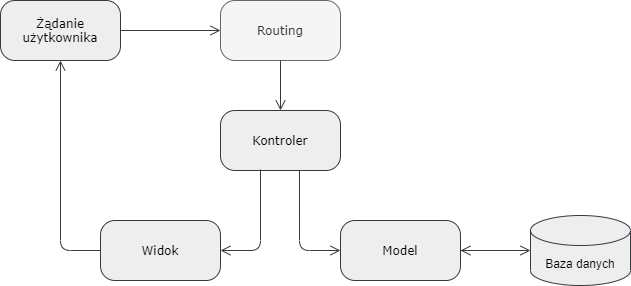
Above: resources/thesis/architektura.png in skwiatkowska/bsc-thesis-app (draw.io), before the change. Source tidied: cells renumbered, new cells last; positions are measured from the earlier drawing's top-left corner, leaving out a move shared by most shapes. Its diagram source:
```xml
<mxGraphModel>
  <root>
    <mxCell id="0" />
    <mxCell id="1" parent="0" />
    <mxCell id="2" value="Widok" style="rounded=1;whiteSpace=wrap;html=1;arcSize=24;fillColor=#eeeeee;strokeColor=#36393d;shadow=0;comic=0;labelBackgroundColor=none;fontFamily=Verdana;fontSize=12;align=center;" parent="1" vertex="1">
      <mxGeometry x="100" y="220" width="120" height="60" as="geometry" />
    </mxCell>
    <mxCell id="3" value="Żądanie użytkownika" style="rounded=1;whiteSpace=wrap;html=1;arcSize=24;fillColor=#eeeeee;strokeColor=#36393d;shadow=0;comic=0;labelBackgroundColor=none;fontFamily=Verdana;fontSize=12;align=center;" parent="1" vertex="1">
      <mxGeometry width="120" height="60" as="geometry" />
    </mxCell>
    <mxCell id="4" style="edgeStyle=orthogonalEdgeStyle;html=1;exitX=0;exitY=0.5;entryX=0.5;entryY=1;labelBackgroundColor=none;endArrow=open;endSize=8;strokeColor=#36393d;fontFamily=Verdana;fontSize=12;align=left;exitDx=0;exitDy=0;entryDx=0;entryDy=0;fillColor=#eeeeee;" parent="1" edge="1" source="2" target="3">
      <mxGeometry relative="1" as="geometry" />
    </mxCell>
    <mxCell id="5" value="Baza danych" style="shape=cylinder3;whiteSpace=wrap;html=1;boundedLbl=1;backgroundOutline=1;size=15;fillColor=#eeeeee;strokeColor=#36393d;" parent="1" vertex="1">
      <mxGeometry x="530" y="215" width="100" height="70" as="geometry" />
    </mxCell>
    <mxCell id="6" value="Kontroler" style="rounded=1;whiteSpace=wrap;html=1;arcSize=24;fillColor=#eeeeee;strokeColor=#36393d;shadow=0;comic=0;labelBackgroundColor=none;fontFamily=Verdana;fontSize=12;align=center;" parent="1" vertex="1">
      <mxGeometry x="220" y="110" width="120" height="60" as="geometry" />
    </mxCell>
    <mxCell id="7" value="Model" style="rounded=1;whiteSpace=wrap;html=1;arcSize=24;fillColor=#eeeeee;strokeColor=#36393d;shadow=0;comic=0;labelBackgroundColor=none;fontFamily=Verdana;fontSize=12;align=center;" parent="1" vertex="1">
      <mxGeometry x="340" y="220" width="120" height="60" as="geometry" />
    </mxCell>
    <mxCell id="8" value="Routing" style="rounded=1;whiteSpace=wrap;html=1;arcSize=24;fillColor=#f5f5f5;strokeColor=#666666;shadow=0;comic=0;labelBackgroundColor=none;fontFamily=Verdana;fontSize=12;align=center;fontColor=#333333;" parent="1" vertex="1">
      <mxGeometry x="220" width="120" height="60" as="geometry" />
    </mxCell>
    <mxCell id="9" style="edgeStyle=orthogonalEdgeStyle;html=1;labelBackgroundColor=none;endArrow=open;endSize=8;strokeColor=#36393d;fontFamily=Verdana;fontSize=12;align=left;exitX=1;exitY=0.5;exitDx=0;exitDy=0;entryX=0;entryY=0.5;entryDx=0;entryDy=0;fillColor=#eeeeee;" parent="1" edge="1" source="3" target="8">
      <mxGeometry relative="1" as="geometry" />
    </mxCell>
    <mxCell id="10" style="edgeStyle=orthogonalEdgeStyle;html=1;labelBackgroundColor=none;endArrow=open;endSize=8;strokeColor=#36393d;fontFamily=Verdana;fontSize=12;align=left;exitX=0.5;exitY=1;exitDx=0;exitDy=0;entryX=0.5;entryY=0;entryDx=0;entryDy=0;fillColor=#eeeeee;" parent="1" edge="1" source="8" target="6">
      <mxGeometry relative="1" as="geometry" />
    </mxCell>
    <mxCell id="11" style="edgeStyle=orthogonalEdgeStyle;html=1;labelBackgroundColor=none;endArrow=open;endSize=8;strokeColor=#36393d;fontFamily=Verdana;fontSize=12;align=left;exitX=0.333;exitY=0.983;exitDx=0;exitDy=0;exitPerimeter=0;entryX=1;entryY=0.5;entryDx=0;entryDy=0;fillColor=#eeeeee;" parent="1" edge="1" source="6" target="2">
      <mxGeometry relative="1" as="geometry" />
    </mxCell>
    <mxCell id="12" style="edgeStyle=orthogonalEdgeStyle;html=1;labelBackgroundColor=none;endArrow=open;endSize=8;strokeColor=#36393d;fontFamily=Verdana;fontSize=12;align=left;exitX=0.658;exitY=1;exitDx=0;exitDy=0;exitPerimeter=0;entryX=0;entryY=0.5;entryDx=0;entryDy=0;fillColor=#eeeeee;" parent="1" edge="1" source="6" target="7">
      <mxGeometry relative="1" as="geometry" />
    </mxCell>
    <mxCell id="13" style="edgeStyle=orthogonalEdgeStyle;html=1;labelBackgroundColor=none;endArrow=open;endSize=8;strokeColor=#36393d;fontFamily=Verdana;fontSize=12;align=left;exitX=1;exitY=0.5;exitDx=0;exitDy=0;fillColor=#eeeeee;entryX=0;entryY=0.5;entryDx=0;entryDy=0;entryPerimeter=0;startArrow=none;startFill=0;targetPerimeterSpacing=8;sourcePerimeterSpacing=6;endFill=0;" parent="1" edge="1" source="7" target="5">
      <mxGeometry relative="1" as="geometry" />
    </mxCell>
    <mxCell id="14" style="edgeStyle=orthogonalEdgeStyle;html=1;labelBackgroundColor=none;endArrow=open;endSize=8;strokeColor=#36393d;fontFamily=Verdana;fontSize=12;align=left;fillColor=#eeeeee;entryX=1;entryY=0.5;entryDx=0;entryDy=0;startArrow=none;startFill=0;targetPerimeterSpacing=8;sourcePerimeterSpacing=6;endFill=0;" parent="1" edge="1" source="5" target="7">
      <mxGeometry relative="1" as="geometry" />
    </mxCell>
  </root>
</mxGraphModel>
```
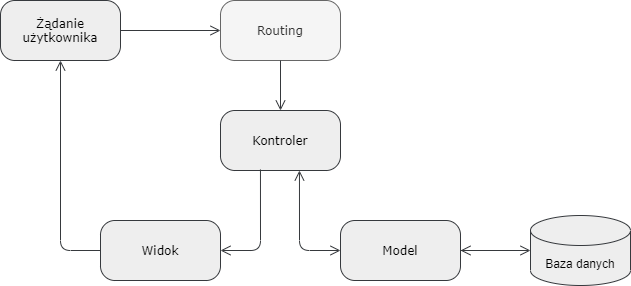
Later version of the same file.

Diff of the diagram source:
```diff
@@ -32,7 +32,7 @@
     <mxCell id="11" style="edgeStyle=orthogonalEdgeStyle;html=1;labelBackgroundColor=none;endArrow=open;endSize=8;strokeColor=#36393d;fontFamily=Verdana;fontSize=12;align=left;exitX=0.333;exitY=0.983;exitDx=0;exitDy=0;exitPerimeter=0;entryX=1;entryY=0.5;entryDx=0;entryDy=0;fillColor=#eeeeee;" parent="1" edge="1" source="6" target="2">
       <mxGeometry relative="1" as="geometry" />
     </mxCell>
-    <mxCell id="12" style="edgeStyle=orthogonalEdgeStyle;html=1;labelBackgroundColor=none;endArrow=open;endSize=8;strokeColor=#36393d;fontFamily=Verdana;fontSize=12;align=left;exitX=0.658;exitY=1;exitDx=0;exitDy=0;exitPerimeter=0;entryX=0;entryY=0.5;entryDx=0;entryDy=0;fillColor=#eeeeee;" parent="1" edge="1" source="6" target="7">
+    <mxCell id="12" style="edgeStyle=orthogonalEdgeStyle;html=1;labelBackgroundColor=none;endArrow=open;endSize=8;strokeColor=#36393d;fontFamily=Verdana;fontSize=12;align=left;exitX=0.658;exitY=1;exitDx=0;exitDy=0;exitPerimeter=0;entryX=0;entryY=0.5;entryDx=0;entryDy=0;fillColor=#eeeeee;startArrow=open;startFill=0;targetPerimeterSpacing=0;sourcePerimeterSpacing=0;startSize=8;" parent="1" edge="1" source="6" target="7">
       <mxGeometry relative="1" as="geometry" />
     </mxCell>
     <mxCell id="13" style="edgeStyle=orthogonalEdgeStyle;html=1;labelBackgroundColor=none;endArrow=open;endSize=8;strokeColor=#36393d;fontFamily=Verdana;fontSize=12;align=left;exitX=1;exitY=0.5;exitDx=0;exitDy=0;fillColor=#eeeeee;entryX=0;entryY=0.5;entryDx=0;entryDy=0;entryPerimeter=0;startArrow=none;startFill=0;targetPerimeterSpacing=8;sourcePerimeterSpacing=6;endFill=0;" parent="1" edge="1" source="7" target="5">
```
